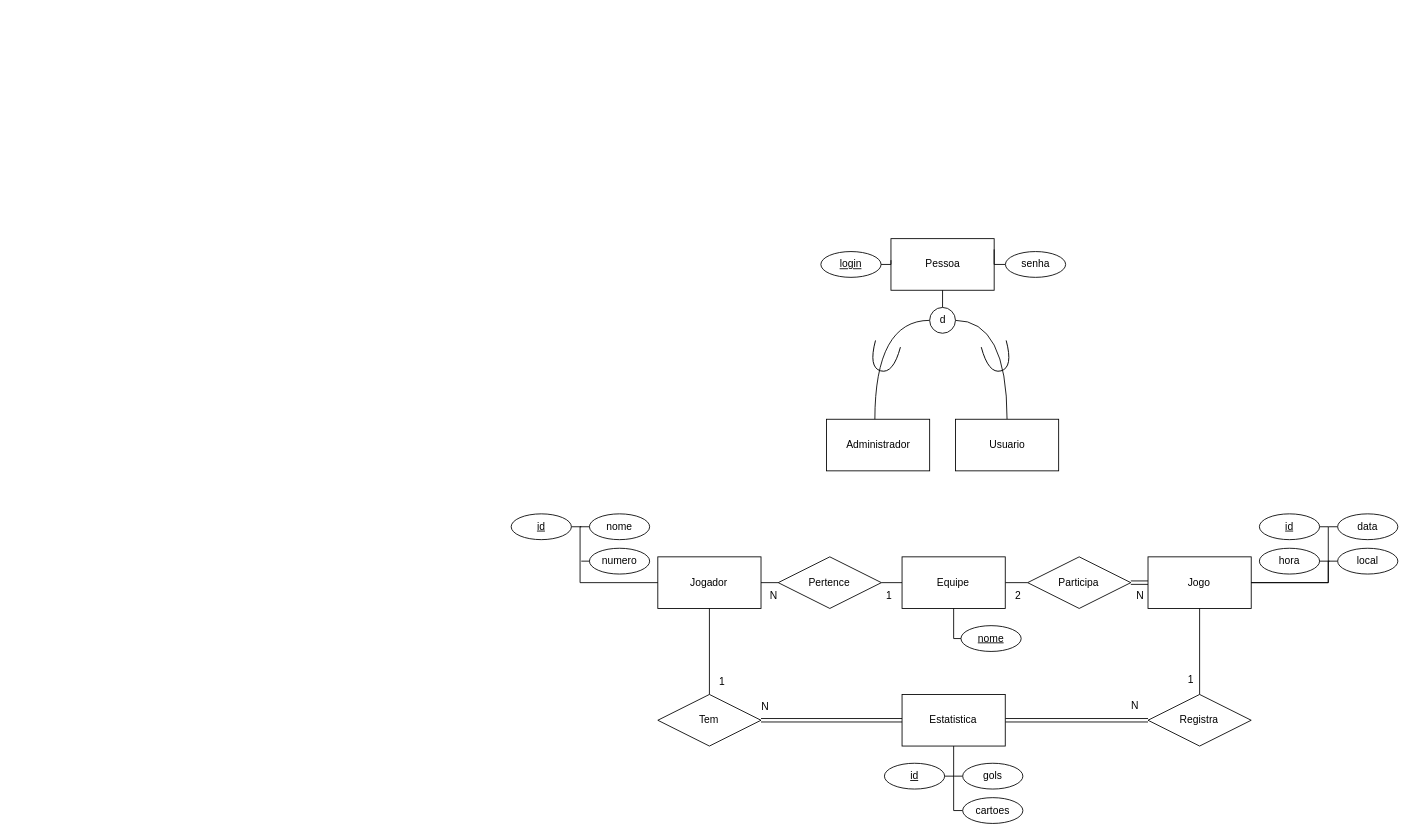
Before: CBFManager.drawio in VitoReis/CBFManager, a draw.io diagram. Source tidied: cells renumbered, new cells numbered last; positions are measured from the earlier drawing's top-left corner, leaving out a move shared by most shapes. Both pictures are drawn from the tidied source at 86%, with x=0, y=0 at pixel (511, 238).
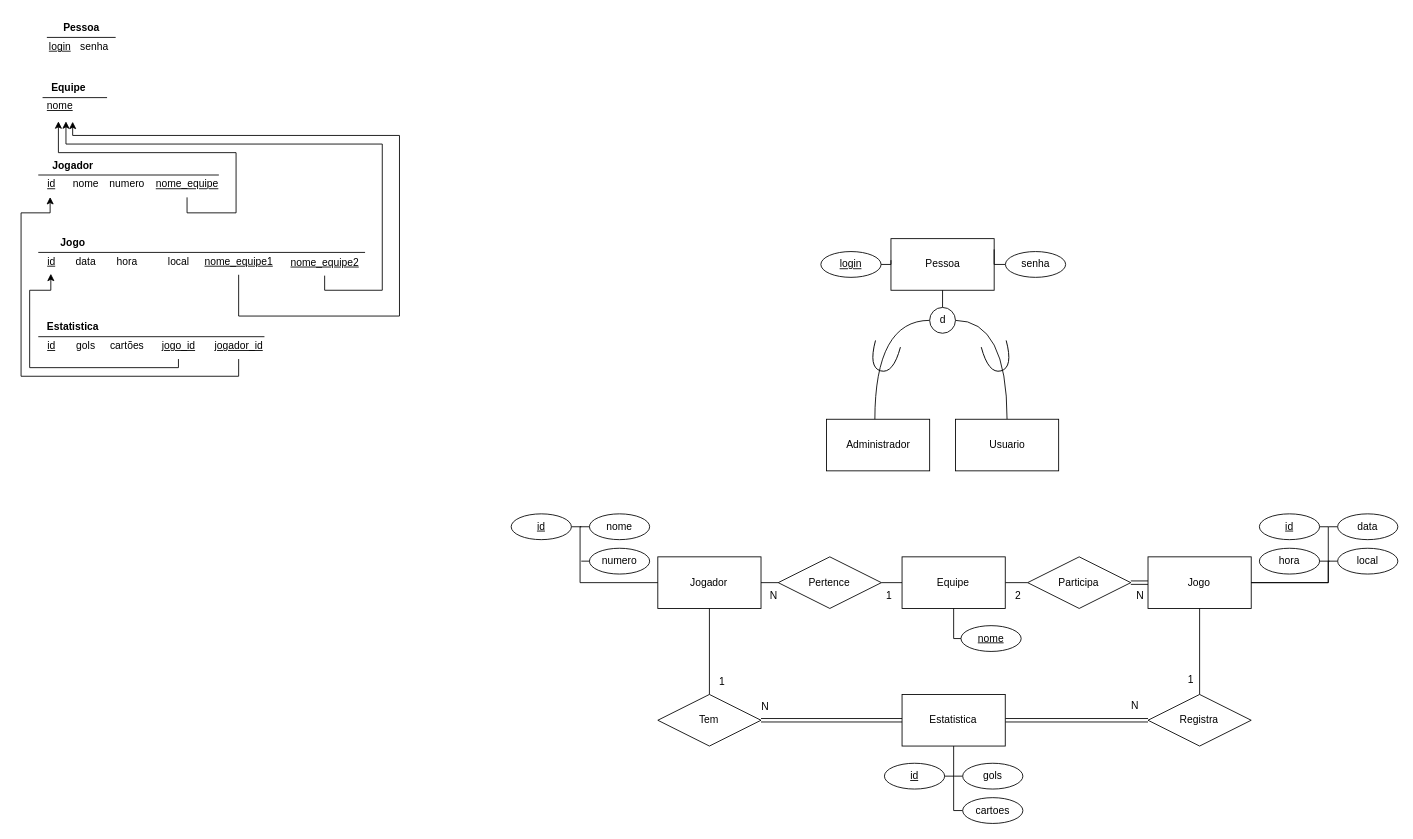
The same diagram, later.

The edit, as a diff of the source:
```diff
@@
+    <mxCell id="62" style="line;strokeWidth=1;fillColor=none;align=left;verticalAlign=middle;spacingTop=-1;spacingLeft=3;spacingRight=3;labelPosition=right;strokeColor=inherit;" parent="1" vertex="1">
+      <mxGeometry x="-550" y="110" width="263" height="8" as="geometry" />
+    </mxCell>
+    <mxCell id="63" value="Estatistica" style="text;html=1;align=center;verticalAlign=middle;strokeColor=none;fillColor=none;fontStyle=1;" parent="1" vertex="1">
+      <mxGeometry x="-550" y="88" width="80" height="30" as="geometry" />
+    </mxCell>
+    <mxCell id="64" value="&lt;u&gt;id&lt;/u&gt;" style="text;html=1;align=center;verticalAlign=middle;strokeColor=none;fillColor=none;" parent="1" vertex="1">
+      <mxGeometry x="-550" y="110" width="30" height="30" as="geometry" />
+    </mxCell>
+    <mxCell id="65" value="cartões" style="text;html=1;align=center;verticalAlign=middle;strokeColor=none;fillColor=none;" parent="1" vertex="1">
+      <mxGeometry x="-477" y="110" width="60" height="30" as="geometry" />
+    </mxCell>
+    <mxCell id="66" value="gols" style="text;html=1;align=center;verticalAlign=middle;strokeColor=none;fillColor=none;" parent="1" vertex="1">
+      <mxGeometry x="-520" y="110" width="50" height="30" as="geometry" />
+    </mxCell>
+    <mxCell id="67" value="&lt;u&gt;jogo_id&lt;/u&gt;" style="text;html=1;align=center;verticalAlign=middle;points=[];strokeColor=none;fillColor=none;" parent="1" vertex="1">
+      <mxGeometry x="-417" y="110" width="60" height="30" as="geometry" />
+    </mxCell>
+    <mxCell id="68" value="&lt;div&gt;&lt;u&gt;jogador_id&lt;/u&gt;&lt;/div&gt;" style="text;html=1;align=center;verticalAlign=middle;points=[];strokeColor=none;fillColor=none;" parent="1" vertex="1">
+      <mxGeometry x="-357" y="110" width="80" height="30" as="geometry" />
+    </mxCell>
+    <mxCell id="69" style="line;strokeWidth=1;fillColor=none;align=left;verticalAlign=middle;spacingTop=-1;spacingLeft=3;spacingRight=3;labelPosition=right;strokeColor=inherit;" parent="1" vertex="1">
+      <mxGeometry x="-550" y="12" width="380" height="8" as="geometry" />
+    </mxCell>
+    <mxCell id="70" value="Jogo" style="text;html=1;align=center;verticalAlign=middle;strokeColor=none;fillColor=none;fontStyle=1;" parent="1" vertex="1">
+      <mxGeometry x="-535" y="-10" width="50" height="30" as="geometry" />
+    </mxCell>
+    <mxCell id="71" value="&lt;u&gt;id&lt;/u&gt;" style="text;html=1;align=center;verticalAlign=middle;points=[];strokeColor=none;fillColor=none;" parent="1" vertex="1">
+      <mxGeometry x="-550" y="12" width="30" height="30" as="geometry" />
+    </mxCell>
+    <mxCell id="72" value="hora" style="text;html=1;align=center;verticalAlign=middle;strokeColor=none;fillColor=none;" parent="1" vertex="1">
+      <mxGeometry x="-472" y="12" width="50" height="30" as="geometry" />
+    </mxCell>
+    <mxCell id="73" value="data" style="text;html=1;align=center;verticalAlign=middle;strokeColor=none;fillColor=none;" parent="1" vertex="1">
+      <mxGeometry x="-520" y="12" width="50" height="30" as="geometry" />
+    </mxCell>
+    <mxCell id="74" value="local" style="text;html=1;align=center;verticalAlign=middle;strokeColor=none;fillColor=none;" parent="1" vertex="1">
+      <mxGeometry x="-412" y="12" width="50" height="30" as="geometry" />
+    </mxCell>
+    <mxCell id="75" value="&lt;div&gt;&lt;u&gt;nome_equipe1&lt;/u&gt;&lt;/div&gt;" style="text;html=1;align=center;verticalAlign=middle;points=[];strokeColor=none;fillColor=none;" parent="1" vertex="1">
+      <mxGeometry x="-367" y="12" width="100" height="30" as="geometry" />
+    </mxCell>
+    <mxCell id="76" style="line;strokeWidth=1;fillColor=none;align=left;verticalAlign=middle;spacingTop=-1;spacingLeft=3;spacingRight=3;labelPosition=right;strokeColor=inherit;" parent="1" vertex="1">
+      <mxGeometry x="-545" y="-168" width="75" height="8" as="geometry" />
+    </mxCell>
+    <mxCell id="77" value="Equipe" style="text;html=1;align=center;verticalAlign=middle;strokeColor=none;fillColor=none;fontStyle=1;" parent="1" vertex="1">
+      <mxGeometry x="-545" y="-190" width="60" height="30" as="geometry" />
+    </mxCell>
+    <mxCell id="78" value="&lt;u&gt;nome&lt;/u&gt;" style="text;html=1;align=center;verticalAlign=middle;points=[];strokeColor=none;fillColor=none;" parent="1" vertex="1">
+      <mxGeometry x="-550" y="-169" width="50" height="30" as="geometry" />
+    </mxCell>
+    <mxCell id="79" style="line;strokeWidth=1;fillColor=none;align=left;verticalAlign=middle;spacingTop=-1;spacingLeft=3;spacingRight=3;labelPosition=right;strokeColor=inherit;" parent="1" vertex="1">
+      <mxGeometry x="-550" y="-78" width="210" height="8" as="geometry" />
+    </mxCell>
+    <mxCell id="80" value="Jogador" style="text;html=1;align=center;verticalAlign=middle;strokeColor=none;fillColor=none;fontStyle=1;" parent="1" vertex="1">
+      <mxGeometry x="-545" y="-100" width="70" height="30" as="geometry" />
+    </mxCell>
+    <mxCell id="81" value="&lt;u&gt;id&lt;/u&gt;" style="text;html=1;align=center;verticalAlign=middle;points=[];strokeColor=none;fillColor=none;" parent="1" vertex="1">
+      <mxGeometry x="-550" y="-78" width="30" height="30" as="geometry" />
+    </mxCell>
+    <mxCell id="82" value="numero" style="text;html=1;align=center;verticalAlign=middle;strokeColor=none;fillColor=none;" parent="1" vertex="1">
+      <mxGeometry x="-477" y="-78" width="60" height="30" as="geometry" />
+    </mxCell>
+    <mxCell id="83" value="nome" style="text;html=1;align=center;verticalAlign=middle;strokeColor=none;fillColor=none;" parent="1" vertex="1">
+      <mxGeometry x="-520" y="-78" width="50" height="30" as="geometry" />
+    </mxCell>
+    <mxCell id="84" value="&lt;u&gt;nome_equipe&lt;/u&gt;" style="text;html=1;align=center;verticalAlign=middle;points=[];strokeColor=none;fillColor=none;" parent="1" vertex="1">
+      <mxGeometry x="-427" y="-78" width="100" height="30" as="geometry" />
+    </mxCell>
+    <mxCell id="85" value="&lt;div&gt;&lt;u&gt;nome_equipe2&lt;/u&gt;&lt;/div&gt;" style="text;html=1;align=center;verticalAlign=middle;points=[];strokeColor=none;fillColor=none;" parent="1" vertex="1">
+      <mxGeometry x="-267" y="13" width="100" height="30" as="geometry" />
+    </mxCell>
+    <mxCell id="86" style="line;strokeWidth=1;fillColor=none;align=left;verticalAlign=middle;spacingTop=-1;spacingLeft=3;spacingRight=3;labelPosition=right;strokeColor=inherit;" parent="1" vertex="1">
+      <mxGeometry x="-540" y="-238" width="80" height="8" as="geometry" />
+    </mxCell>
+    <mxCell id="87" value="Pessoa" style="text;html=1;align=center;verticalAlign=middle;strokeColor=none;fillColor=none;fontStyle=1;" parent="1" vertex="1">
+      <mxGeometry x="-530" y="-260" width="60" height="30" as="geometry" />
+    </mxCell>
+    <mxCell id="88" value="&lt;u&gt;login&lt;/u&gt;" style="text;html=1;align=center;verticalAlign=middle;strokeColor=none;fillColor=none;" parent="1" vertex="1">
+      <mxGeometry x="-550" y="-238" width="50" height="30" as="geometry" />
+    </mxCell>
+    <mxCell id="89" value="senha" style="text;html=1;align=center;verticalAlign=middle;strokeColor=none;fillColor=none;" parent="1" vertex="1">
+      <mxGeometry x="-515" y="-238" width="60" height="30" as="geometry" />
+    </mxCell>
+    <mxCell id="90" style="edgeStyle=orthogonalEdgeStyle;rounded=0;jettySize=auto;html=1;entryX=0.468;entryY=1.087;entryDx=0;entryDy=0;entryPerimeter=0;" parent="1" edge="1" source="84" target="78">
+      <mxGeometry relative="1" as="geometry">
+        <Array as="points">
+          <mxPoint x="-377" y="-30" />
+          <mxPoint x="-320" y="-30" />
+          <mxPoint x="-320" y="-100" />
+          <mxPoint x="-527" y="-100" />
+        </Array>
+      </mxGeometry>
+    </mxCell>
+    <mxCell id="91" style="edgeStyle=orthogonalEdgeStyle;rounded=0;jettySize=auto;html=1;" parent="1" edge="1" source="75">
+      <mxGeometry relative="1" as="geometry">
+        <mxPoint x="-510" y="-136" as="targetPoint" />
+        <Array as="points">
+          <mxPoint x="-317" y="90" />
+          <mxPoint x="-130" y="90" />
+          <mxPoint x="-130" y="-120" />
+          <mxPoint x="-510" y="-120" />
+        </Array>
+      </mxGeometry>
+    </mxCell>
+    <mxCell id="92" style="edgeStyle=orthogonalEdgeStyle;rounded=0;jettySize=auto;html=1;entryX=0.644;entryY=1.087;entryDx=0;entryDy=0;entryPerimeter=0;" parent="1" edge="1" source="85" target="78">
+      <mxGeometry relative="1" as="geometry">
+        <Array as="points">
+          <mxPoint x="-217" y="60" />
+          <mxPoint x="-150" y="60" />
+          <mxPoint x="-150" y="-110" />
+          <mxPoint x="-518" y="-110" />
+        </Array>
+      </mxGeometry>
+    </mxCell>
+    <mxCell id="93" style="edgeStyle=orthogonalEdgeStyle;rounded=0;jettySize=auto;html=1;entryX=0.46;entryY=0.987;entryDx=0;entryDy=0;entryPerimeter=0;" parent="1" edge="1" source="68" target="81">
+      <mxGeometry relative="1" as="geometry">
+        <Array as="points">
+          <mxPoint x="-317" y="160" />
+          <mxPoint x="-570" y="160" />
+          <mxPoint x="-570" y="-30" />
+          <mxPoint x="-536" y="-30" />
+        </Array>
+      </mxGeometry>
+    </mxCell>
+    <mxCell id="94" style="edgeStyle=orthogonalEdgeStyle;rounded=0;jettySize=auto;html=1;entryX=0.487;entryY=0.96;entryDx=0;entryDy=0;entryPerimeter=0;" parent="1" edge="1" source="67" target="71">
+      <mxGeometry relative="1" as="geometry">
+        <Array as="points">
+          <mxPoint x="-387" y="150" />
+          <mxPoint x="-560" y="150" />
+          <mxPoint x="-560" y="60" />
+          <mxPoint x="-535" y="60" />
+        </Array>
+      </mxGeometry>
+    </mxCell>
```
